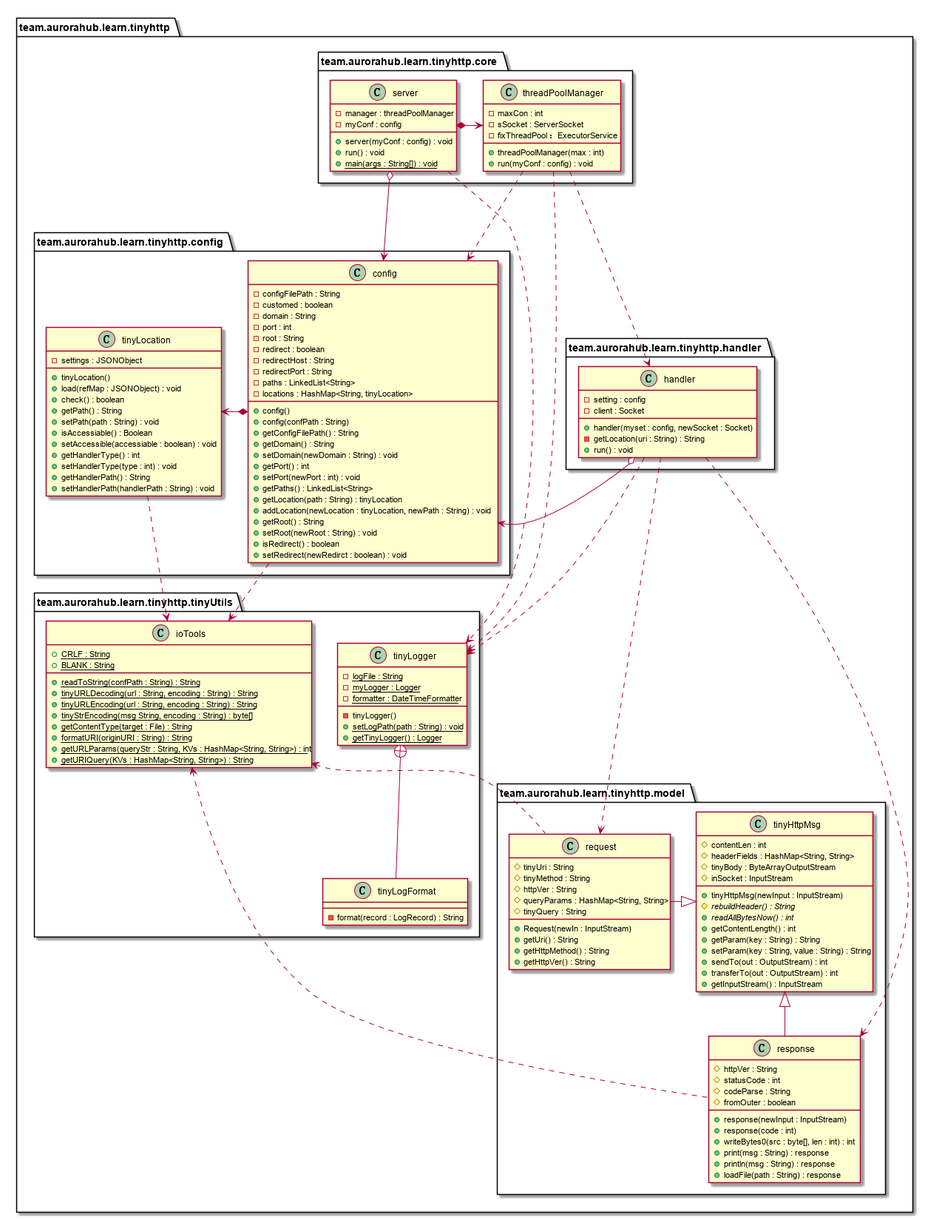
ChanthMiao/tinyhttp keeps this PlantUML diagram as resources/testWeb/pic/tinyhttp.png. Above is the earlier version.
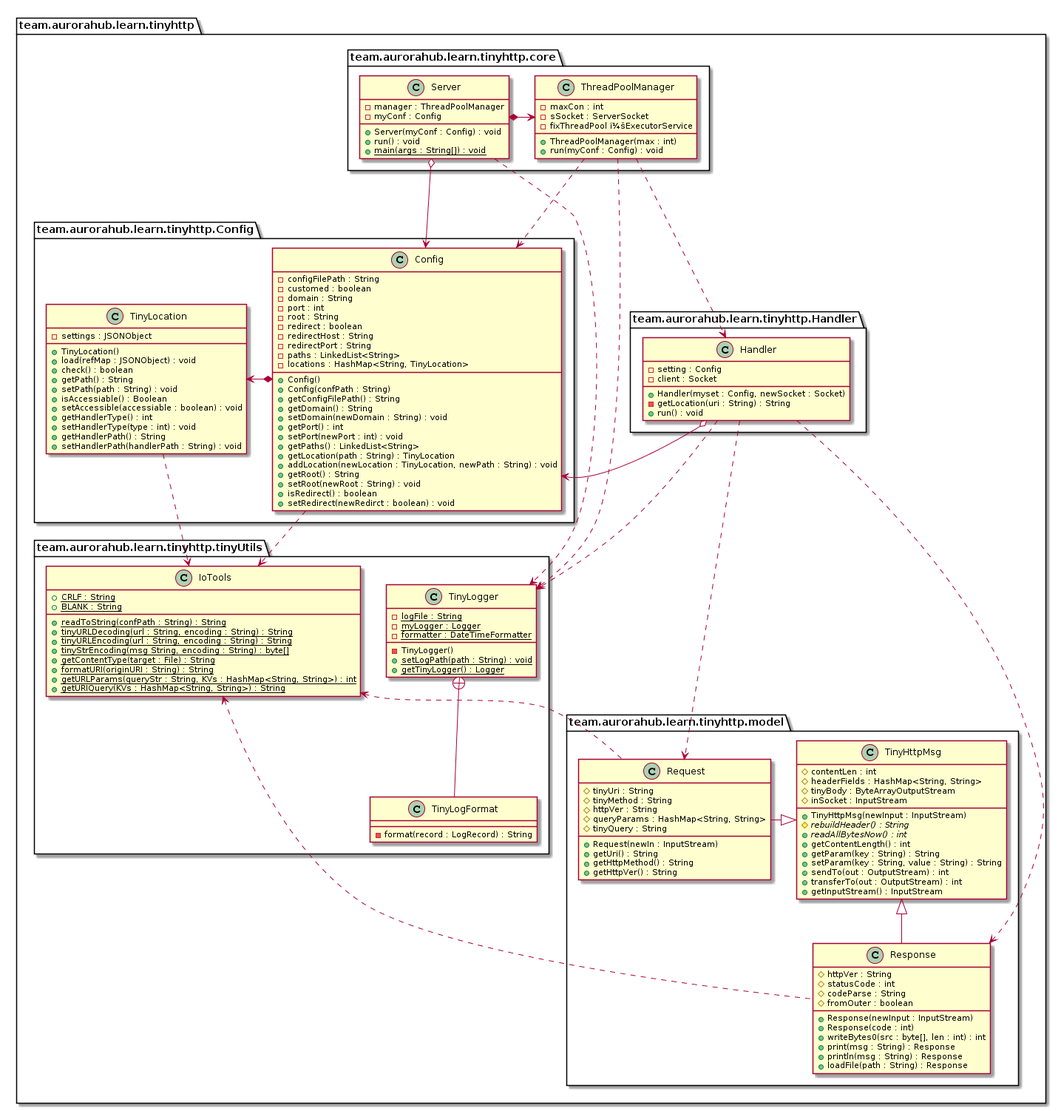
After the commit.

Change to the diagram source:
```diff
@@ -1,10 +1,10 @@
-@startuml tinyhttp
+@startuml
 package team.aurorahub.learn.tinyhttp{
 
-    package team.aurorahub.learn.tinyhttp.config{
-        class tinyLocation {
+    package team.aurorahub.learn.tinyhttp.Config{
+        class TinyLocation {
             -settings : JSONObject
-            +tinyLocation()
+            +TinyLocation()
             +load(refMap : JSONObject) : void
             +check() : boolean
             +getPath() : String
@@ -17,7 +17,7 @@
             +setHandlerPath(handlerPath : String) : void
         }
 
-        class config{
+        class Config{
             -configFilePath : String
             -customed : boolean
             -domain : String
@@ -27,33 +27,33 @@
             -redirectHost : String
             -redirectPort : String
             -paths : LinkedList<String>
-            -locations : HashMap<String, tinyLocation>
-            +config()
-            +config(confPath : String)
+            -locations : HashMap<String, TinyLocation>
+            +Config()
+            +Config(confPath : String)
             +getConfigFilePath() : String
             +getDomain() : String
             +setDomain(newDomain : String) : void
             +getPort() : int
             +setPort(newPort : int) : void
             +getPaths() : LinkedList<String>
-            +getLocation(path : String) : tinyLocation
-            +addLocation(newLocation : tinyLocation, newPath : String) : void
+            +getLocation(path : String) : TinyLocation
+            +addLocation(newLocation : TinyLocation, newPath : String) : void
             +getRoot() : String
             +setRoot(newRoot : String) : void
             +isRedirect() : boolean
             +setRedirect(newRedirct : boolean) : void
         }
 
-        config *-left-> tinyLocation
+        Config *-left-> TinyLocation
     }
 
     package team.aurorahub.learn.tinyhttp.model{
-        class tinyHttpMsg{
+        class TinyHttpMsg{
             #contentLen : int
             #headerFields : HashMap<String, String>
             #tinyBody : ByteArrayOutputStream
             #inSocket : InputStream
-            +tinyHttpMsg(newInput : InputStream)
+            +TinyHttpMsg(newInput : InputStream)
             #{abstract}rebuildHeader() : String
             +{abstract}readAllBytesNow() : int
             +getContentLength() : int
@@ -64,7 +64,7 @@
             +getInputStream() : InputStream
         }
 
-        class request{
+        class Request{
             #tinyUri : String
             #tinyMethod : String
             #httpVer : String
@@ -76,62 +76,62 @@
             +getHttpVer() : String
         }
 
-        tinyHttpMsg <|-left- request
+        TinyHttpMsg <|-left- Request
 
-        class response{
+        class Response{
             #httpVer : String
             #statusCode : int
             #codeParse : String
             #fromOuter : boolean
-            +response(newInput : InputStream)
-            +response(code : int)
+            +Response(newInput : InputStream)
+            +Response(code : int)
             +writeBytes0(src : byte[], len : int) : int
-            +print(msg : String) : response
-            +println(msg : String) : response
-            +loadFile(path : String) : response
+            +print(msg : String) : Response
+            +println(msg : String) : Response
+            +loadFile(path : String) : Response
         }
 
-        tinyHttpMsg <|-- response
+        TinyHttpMsg <|-- Response
     }
-    package team.aurorahub.learn.tinyhttp.handler{
+    package team.aurorahub.learn.tinyhttp.Handler{
 
-        class handler{
-            -setting : config
+        class Handler{
+            -setting : Config
             -client : Socket
-            +handler(myset : config, newSocket : Socket)
+            +Handler(myset : Config, newSocket : Socket)
             -getLocation(uri : String) : String
             +run() : void
         }
 
-        handler o-left-> config
-        handler .right.> request
-        handler ...> response
+        Handler o-left-> Config
+        Handler .right.> Request
+        Handler ...> Response
     }
 
     package team.aurorahub.learn.tinyhttp.core{
-        class threadPoolManager{
+        class ThreadPoolManager{
             -maxCon : int
             -sSocket : ServerSocket
-            -fixThreadPool ：ExecutorService
-            +threadPoolManager(max : int)
-            +run(myConf : config) : void
+            -fixThreadPool ï¼šExecutorService
+            +ThreadPoolManager(max : int)
+            +run(myConf : Config) : void
         }
-        threadPoolManager ...> config
-        threadPoolManager ...> handler
+        ThreadPoolManager ...> Config
+        ThreadPoolManager ...> Handler
 
-        class server{
-            -manager : threadPoolManager
-            -myConf : config
-            +server(myConf : config) : void
+        class Server{
+            -manager : ThreadPoolManager
+            -myConf : Config
+            +Server(myConf : Config) : void
             +run() : void
             +{static}main(args : String[]) : void
         }
-        server *-right-> threadPoolManager
-        server o--> config
+        Server *-right-> ThreadPoolManager
+        Server o--> Config
     }
 
     package team.aurorahub.learn.tinyhttp.tinyUtils{
-        class ioTools{
+        class IoTools{
             +{static}CRLF : String
             +{static}BLANK : String
             +{static}readToString(confPath : String) : String
@@ -144,28 +144,28 @@
             +{static}getURIQuery(KVs : HashMap<String, String>) : String
         }
 
-        class tinyLogger{
+        class TinyLogger{
             -{static}logFile : String
             -{static}myLogger : Logger
             -{static}formatter : DateTimeFormatter
-            -tinyLogger()
+            -TinyLogger()
             +{static}setLogPath(path : String) : void
             +{static}getTinyLogger() : Logger
         }
 
-        handler .down.> tinyLogger
-        server .down.> tinyLogger
-        threadPoolManager ...>tinyLogger
+        Handler .down.> TinyLogger
+        Server .down.> TinyLogger
+        ThreadPoolManager ...>TinyLogger
 
-        class tinyLogFormat{
+        class TinyLogFormat{
             -format(record : LogRecord) : String
         }
 
-        tinyLogger+--tinyLogFormat
+        TinyLogger+--TinyLogFormat
     }
-    tinyLocation .down.> ioTools
-    config .down.> ioTools
-    response .up.> ioTools
-    request .up.> ioTools
+    TinyLocation .down.> IoTools
+    Config .down.> IoTools
+    Response .up.> IoTools
+    Request .up.> IoTools
 }
 @enduml
```
